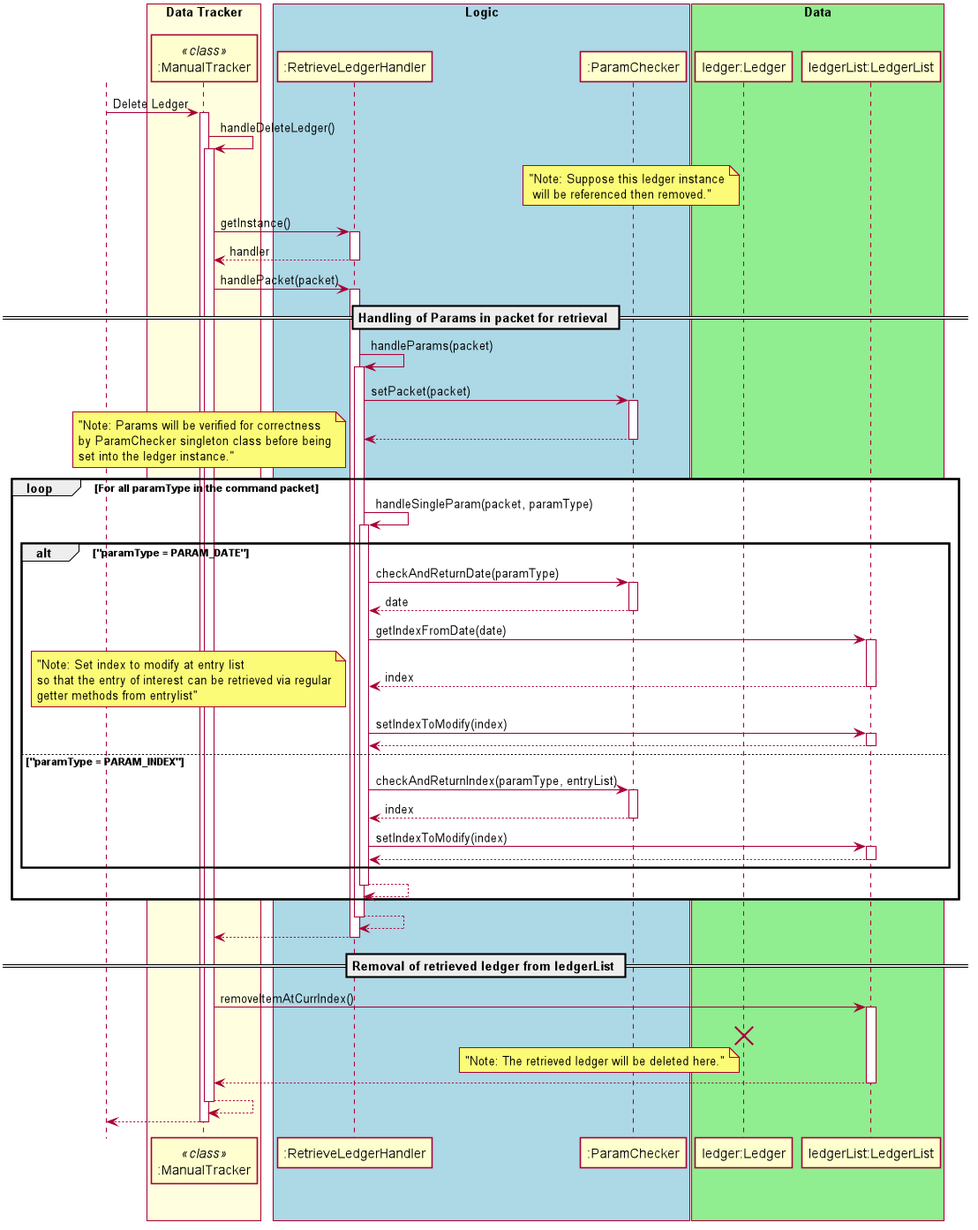
Before: docs/uml_images/images_updated/manualTrackerDeleteLedgerSeqDiagram.png, a diagram exported from PlantUML (nus-cs2113-AY2021S1/tp).
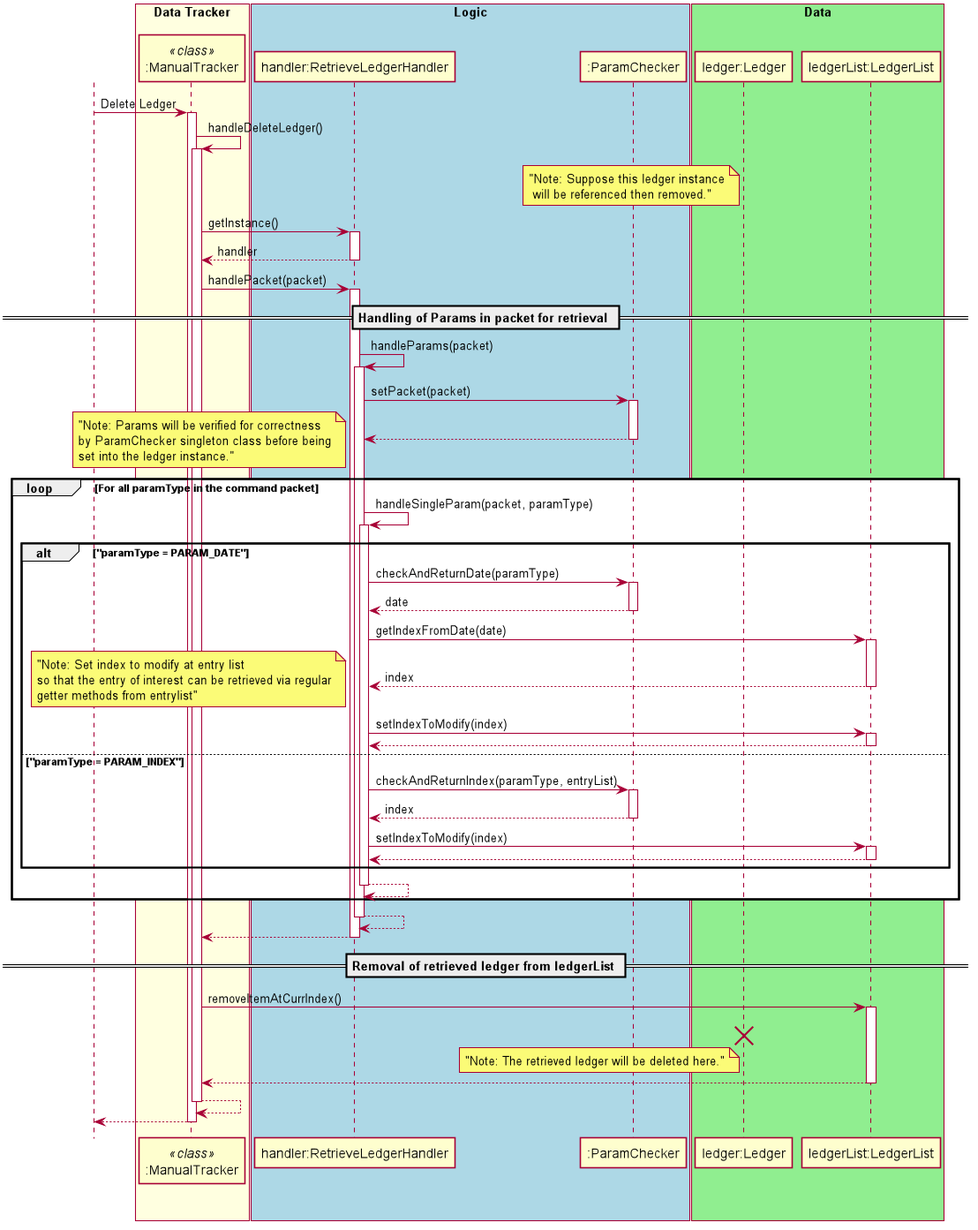
The same file after the commit.

The edit, as a diff of the source:
```diff
@@ -19,7 +19,7 @@
 endBox
 
 box "Logic" #LightBlue
-participant ":RetrieveLedgerHandler"
+participant "handler:RetrieveLedgerHandler"
 participant ":ParamChecker"
 endBox
 
@@ -32,29 +32,29 @@
 
 manualTracker ->manualTracker: handleDeleteLedger()
    note left "ledger:Ledger" : "Note: Suppose this ledger instance\n will be referenced then removed."
-   manualTracker-> ":RetrieveLedgerHandler" : getInstance()
+   manualTracker-> "handler:RetrieveLedgerHandler" : getInstance()
    return handler
 
-   manualTracker-> ":RetrieveLedgerHandler" : handlePacket(packet)
+   manualTracker-> "handler:RetrieveLedgerHandler" : handlePacket(packet)
         == Handling of Params in packet for retrieval ==
-        ":RetrieveLedgerHandler" -> ":RetrieveLedgerHandler" : handleParams(packet)
-            ":RetrieveLedgerHandler" -> ":ParamChecker" : setPacket(packet)
+        "handler:RetrieveLedgerHandler" -> "handler:RetrieveLedgerHandler" : handleParams(packet)
+            "handler:RetrieveLedgerHandler" -> ":ParamChecker" : setPacket(packet)
             return
             loop For all paramType in the command packet
                 note left: "Note: Params will be verified for correctness\nby ParamChecker singleton class before being\nset into the ledger instance."
-                ":RetrieveLedgerHandler" -> ":RetrieveLedgerHandler" : handleSingleParam(packet, paramType)
+                "handler:RetrieveLedgerHandler" -> "handler:RetrieveLedgerHandler" : handleSingleParam(packet, paramType)
                     alt "paramType = PARAM_DATE"
-                        ":RetrieveLedgerHandler" ->":ParamChecker": checkAndReturnDate(paramType)
+                        "handler:RetrieveLedgerHandler" ->":ParamChecker": checkAndReturnDate(paramType)
                         return date
-                        ":RetrieveLedgerHandler" -> "ledgerList:LedgerList" : getIndexFromDate(date)
+                        "handler:RetrieveLedgerHandler" -> "ledgerList:LedgerList" : getIndexFromDate(date)
                         return index
                         note left: "Note: Set index to modify at entry list\nso that the entry of interest can be retrieved via regular\ngetter methods from entrylist"
-                        ":RetrieveLedgerHandler" -> "ledgerList:LedgerList" : setIndexToModify(index)
+                        "handler:RetrieveLedgerHandler" -> "ledgerList:LedgerList" : setIndexToModify(index)
                         return
                     else "paramType = PARAM_INDEX"
-                        ":RetrieveLedgerHandler" ->":ParamChecker": checkAndReturnIndex(paramType, entryList)
+                        "handler:RetrieveLedgerHandler" ->":ParamChecker": checkAndReturnIndex(paramType, entryList)
                         return index
-                        ":RetrieveLedgerHandler" -> "ledgerList:LedgerList" : setIndexToModify(index)
+                        "handler:RetrieveLedgerHandler" -> "ledgerList:LedgerList" : setIndexToModify(index)
                         return
                     end
                 return
```
